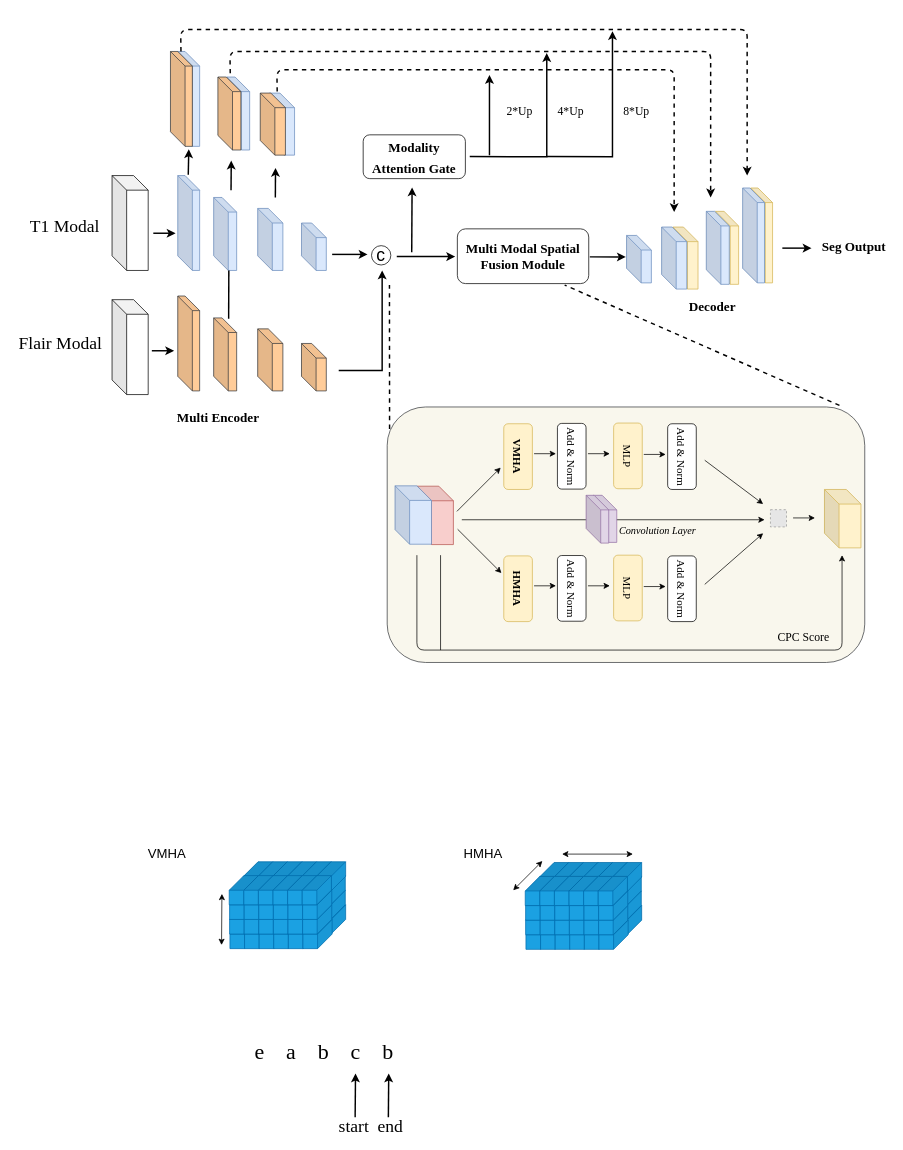
Earlier version of the draw.io diagram image_spatial_transformer.drawio (920232796/test). Source tidied: cells renumbered, new cells numbered last; positions are measured from the earlier drawing's top-left corner, leaving out a move shared by most shapes. Both pictures are drawn from the tidied source at 73%, with x=0, y=0 at pixel (12, 29). Pictures stored in the file or linked from it are replaced by grey dashed boxes.
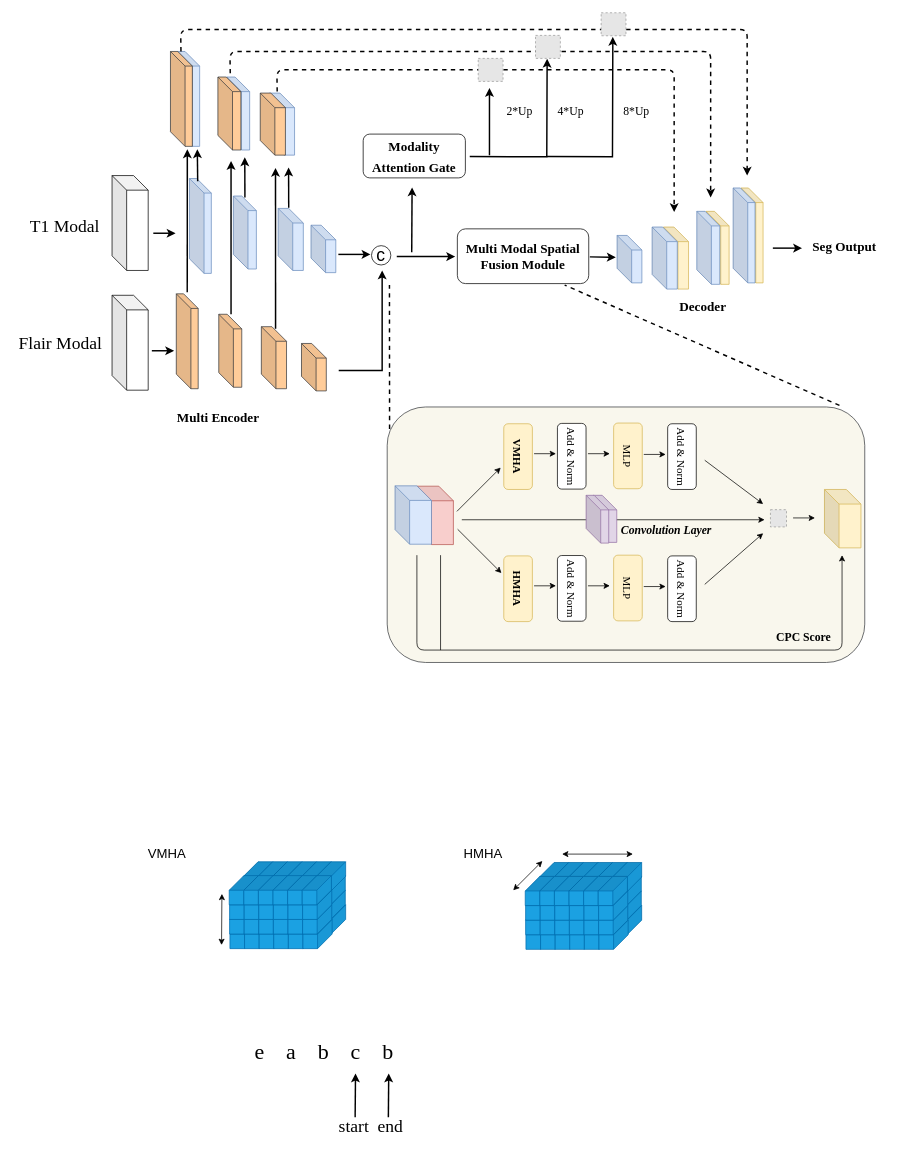
The same diagram, later.

What changed in the source:
```diff
@@
+    <mxCell id="179" style="endArrow=classic;html=1;rounded=0;fontSize=18;strokeWidth=2;" parent="1" edge="1">
+      <mxGeometry relative="1" as="geometry">
+        <mxPoint x="360" y="410" as="sourcePoint" />
+        <mxPoint x="359.9" y="189.5" as="targetPoint" />
+      </mxGeometry>
+    </mxCell>
+    <mxCell id="178" style="endArrow=classic;html=1;rounded=0;fontSize=18;strokeWidth=2;" parent="1" edge="1">
+      <mxGeometry relative="1" as="geometry">
+        <mxPoint x="299" y="390" as="sourcePoint" />
+        <mxPoint x="299" y="180" as="targetPoint" />
+      </mxGeometry>
+    </mxCell>
+    <mxCell id="164" style="endArrow=classic;html=1;rounded=0;fontSize=18;strokeWidth=2;" parent="1" edge="1">
+      <mxGeometry relative="1" as="geometry">
+        <mxPoint x="239" y="360" as="sourcePoint" />
+        <mxPoint x="239.1" y="164" as="targetPoint" />
+      </mxGeometry>
+    </mxCell>
@@
-    <mxCell id="37" value="&lt;font style=&quot;font-size: 14px;&quot; face=&quot;Times New Roman&quot;&gt;&lt;i style=&quot;font-size: 14px;&quot;&gt;Convolution Layer&lt;/i&gt;&lt;/font&gt;" style="text;html=1;align=center;verticalAlign=middle;fontSize=14;" parent="1" vertex="1">
-      <mxGeometry x="822.9" y="676.3" width="120" height="20" as="geometry" />
+    <mxCell id="37" value="&lt;font style=&quot;font-size: 16px;&quot; face=&quot;Times New Roman&quot;&gt;&lt;i style=&quot;font-size: 16px;&quot;&gt;&lt;b style=&quot;font-size: 16px;&quot;&gt;Convolution Layer&lt;/b&gt;&lt;/i&gt;&lt;/font&gt;" style="text;html=1;align=center;verticalAlign=middle;fontSize=16;" parent="1" vertex="1">
+      <mxGeometry x="824.9" y="671.3" width="140" height="30" as="geometry" />
     </mxCell>
@@
     <mxCell id="123" style="shape=cube;whiteSpace=wrap;html=1;boundedLbl=1;backgroundOutline=1;darkOpacity=0.05;darkOpacity2=0.1;fontSize=18;fillColor=#dae8fc;strokeColor=#6c8ebf;" parent="1" vertex="1">
-      <mxGeometry x="226" y="200" width="30" height="130" as="geometry" />
+      <mxGeometry x="242" y="204" width="30" height="130" as="geometry" />
     </mxCell>
     <mxCell id="124" style="shape=cube;whiteSpace=wrap;html=1;boundedLbl=1;backgroundOutline=1;darkOpacity=0.05;darkOpacity2=0.1;fontSize=18;fillColor=#dae8fc;strokeColor=#6c8ebf;" parent="1" vertex="1">
-      <mxGeometry x="275.2" y="230" width="31.5" height="100" as="geometry" />
+      <mxGeometry x="302.2" y="228" width="31.5" height="100" as="geometry" />
     </mxCell>
     <mxCell id="125" style="shape=cube;whiteSpace=wrap;html=1;boundedLbl=1;backgroundOutline=1;darkOpacity=0.05;darkOpacity2=0.1;fontSize=18;fillColor=#dae8fc;strokeColor=#6c8ebf;" parent="1" vertex="1">
-      <mxGeometry x="335.5" y="245" width="34.5" height="85" as="geometry" />
+      <mxGeometry x="363.5" y="245" width="34.5" height="85" as="geometry" />
     </mxCell>
     <mxCell id="126" style="shape=cube;whiteSpace=wrap;html=1;boundedLbl=1;backgroundOutline=1;darkOpacity=0.05;darkOpacity2=0.1;fontSize=18;fillColor=#dae8fc;strokeColor=#6c8ebf;" parent="1" vertex="1">
-      <mxGeometry x="395.5" y="265" width="34" height="65" as="geometry" />
+      <mxGeometry x="408.5" y="268" width="34" height="65" as="geometry" />
     </mxCell>
     <mxCell id="127" style="shape=cube;whiteSpace=wrap;html=1;boundedLbl=1;backgroundOutline=1;darkOpacity=0.05;darkOpacity2=0.1;fontSize=18;fillColor=#ffcc99;strokeColor=#36393d;" parent="1" vertex="1">
-      <mxGeometry x="226" y="365" width="30" height="130" as="geometry" />
+      <mxGeometry x="224" y="362" width="30" height="130" as="geometry" />
     </mxCell>
     <mxCell id="128" style="shape=cube;whiteSpace=wrap;html=1;boundedLbl=1;backgroundOutline=1;darkOpacity=0.05;darkOpacity2=0.1;fontSize=18;fillColor=#ffcc99;strokeColor=#36393d;" parent="1" vertex="1">
-      <mxGeometry x="275.2" y="395" width="31.5" height="100" as="geometry" />
+      <mxGeometry x="282.2" y="390" width="31.5" height="100" as="geometry" />
     </mxCell>
     <mxCell id="129" style="shape=cube;whiteSpace=wrap;html=1;boundedLbl=1;backgroundOutline=1;darkOpacity=0.05;darkOpacity2=0.1;fontSize=18;fillColor=#ffcc99;strokeColor=#36393d;" parent="1" vertex="1">
-      <mxGeometry x="335.5" y="410" width="34.5" height="85" as="geometry" />
+      <mxGeometry x="340.5" y="407" width="34.5" height="85" as="geometry" />
     </mxCell>
@@
     <mxCell id="134" style="shape=cube;whiteSpace=wrap;html=1;boundedLbl=1;backgroundOutline=1;darkOpacity=0.05;darkOpacity2=0.1;fontSize=18;fillColor=#fff2cc;strokeColor=#d6b656;direction=east;" parent="1" vertex="1">
-      <mxGeometry x="1010.8" y="217" width="30" height="130" as="geometry" />
+      <mxGeometry x="997.8" y="217" width="30" height="130" as="geometry" />
     </mxCell>
     <mxCell id="135" style="shape=cube;whiteSpace=wrap;html=1;boundedLbl=1;backgroundOutline=1;darkOpacity=0.05;darkOpacity2=0.1;fontSize=18;fillColor=#fff2cc;strokeColor=#d6b656;direction=east;" parent="1" vertex="1">
-      <mxGeometry x="962.8" y="249" width="31.5" height="100" as="geometry" />
+      <mxGeometry x="949.8" y="249" width="31.5" height="100" as="geometry" />
     </mxCell>
     <mxCell id="136" style="shape=cube;whiteSpace=wrap;html=1;boundedLbl=1;backgroundOutline=1;darkOpacity=0.05;darkOpacity2=0.1;fontSize=18;fillColor=#fff2cc;strokeColor=#d6b656;direction=east;" parent="1" vertex="1">
-      <mxGeometry x="904.2" y="270.5" width="34.5" height="85" as="geometry" />
+      <mxGeometry x="891.2" y="270.5" width="34.5" height="85" as="geometry" />
     </mxCell>
     <mxCell id="137" style="shape=cube;whiteSpace=wrap;html=1;boundedLbl=1;backgroundOutline=1;darkOpacity=0.05;darkOpacity2=0.1;fontSize=18;fillColor=#dae8fc;strokeColor=#6c8ebf;direction=east;" parent="1" vertex="1">
-      <mxGeometry x="840.8" y="282" width="34" height="65" as="geometry" />
+      <mxGeometry x="827.8" y="282" width="34" height="65" as="geometry" />
     </mxCell>
     <mxCell id="138" value="&lt;b&gt;&lt;font face=&quot;Times New Roman&quot;&gt;Decoder&lt;/font&gt;&lt;/b&gt;" style="text;html=1;align=center;verticalAlign=middle;strokeColor=none;fillColor=none;fontSize=18;" parent="1" vertex="1">
-      <mxGeometry x="917.8" y="365" width="80" height="30" as="geometry" />
+      <mxGeometry x="904.8" y="365" width="80" height="30" as="geometry" />
     </mxCell>
@@
     <mxCell id="150" style="endArrow=classic;html=1;rounded=0;fontSize=18;strokeWidth=2;" parent="1" edge="1">
       <mxGeometry relative="1" as="geometry">
-        <mxPoint x="1054.2" y="299.4" as="sourcePoint" />
-        <mxPoint x="1094.2" y="299.4" as="targetPoint" />
+        <mxPoint x="1041.2" y="299.4" as="sourcePoint" />
+        <mxPoint x="1081.2" y="299.4" as="targetPoint" />
       </mxGeometry>
     </mxCell>
     <mxCell id="151" value="&lt;font style=&quot;font-size: 18px&quot;&gt;&lt;b&gt;Seg Output&lt;/b&gt;&lt;/font&gt;" style="text;html=1;align=center;verticalAlign=middle;strokeColor=none;fillColor=none;fontSize=14;fontFamily=Times New Roman;fontColor=#000000;strokeWidth=5;" parent="1" vertex="1">
-      <mxGeometry x="1102.2" y="287.5" width="100" height="20" as="geometry" />
+      <mxGeometry x="1089.2" y="287.5" width="100" height="20" as="geometry" />
     </mxCell>
@@
-    <mxCell id="160" value="&lt;font style=&quot;font-size: 16px&quot;&gt;CPC Score&lt;/font&gt;" style="text;html=1;align=center;verticalAlign=middle;strokeColor=none;fillColor=none;fontSize=24;fontFamily=Times New Roman;fontColor=#000000;" parent="1" vertex="1">
+    <mxCell id="160" value="&lt;font style=&quot;font-size: 16px&quot;&gt;&lt;b&gt;CPC Score&lt;/b&gt;&lt;/font&gt;" style="text;html=1;align=center;verticalAlign=middle;strokeColor=none;fillColor=none;fontSize=24;fontFamily=Times New Roman;fontColor=#000000;" parent="1" vertex="1">
       <mxGeometry x="1037.9" y="810" width="90" height="40" as="geometry" />
     </mxCell>
     <mxCell id="161" style="shape=cube;whiteSpace=wrap;html=1;boundedLbl=1;backgroundOutline=1;darkOpacity=0.05;darkOpacity2=0.1;fontSize=18;" parent="1" vertex="1">
-      <mxGeometry x="136" y="370" width="49.5" height="130" as="geometry" />
+      <mxGeometry x="136" y="364" width="49.5" height="130" as="geometry" />
     </mxCell>
@@
-    <mxCell id="164" style="endArrow=classic;html=1;rounded=0;fontSize=18;strokeWidth=2;" parent="1" edge="1">
-      <mxGeometry relative="1" as="geometry">
-        <mxPoint x="240.4" y="199" as="sourcePoint" />
-        <mxPoint x="241.1" y="164" as="targetPoint" />
-      </mxGeometry>
-    </mxCell>
-    <mxCell id="165" style="endArrow=none;html=1;rounded=0;fontSize=18;strokeWidth=2;endFill=0;exitX=0.651;exitY=0.011;exitDx=0;exitDy=0;exitPerimeter=0;entryX=0.659;entryY=1;entryDx=0;entryDy=0;entryPerimeter=0;" parent="1" edge="1" source="128" target="124">
-      <mxGeometry relative="1" as="geometry" />
-    </mxCell>
@@
     <mxCell id="170" style="endArrow=classic;html=1;rounded=0;fontSize=18;strokeWidth=2;" parent="1" edge="1">
       <mxGeometry relative="1" as="geometry">
-        <mxPoint x="437.5" y="308" as="sourcePoint" />
-        <mxPoint x="486" y="308" as="targetPoint" />
+        <mxPoint x="446" y="308" as="sourcePoint" />
+        <mxPoint x="490" y="308" as="targetPoint" />
       </mxGeometry>
     </mxCell>
     <mxCell id="171" style="endArrow=classic;html=1;rounded=0;fontSize=18;strokeWidth=2;" parent="1" edge="1">
       <mxGeometry relative="1" as="geometry">
         <mxPoint x="790.5" y="311.4" as="sourcePoint" />
-        <mxPoint x="839.8" y="311.5" as="targetPoint" />
+        <mxPoint x="826" y="312" as="targetPoint" />
       </mxGeometry>
     </mxCell>
@@
     <mxCell id="175" style="shape=cube;whiteSpace=wrap;html=1;boundedLbl=1;backgroundOutline=1;darkOpacity=0.05;darkOpacity2=0.1;fontSize=18;fillColor=#dae8fc;strokeColor=#6c8ebf;direction=east;" parent="1" vertex="1">
-      <mxGeometry x="888.8" y="270.5" width="34.5" height="85" as="geometry" />
+      <mxGeometry x="875.8" y="270.5" width="34.5" height="85" as="geometry" />
     </mxCell>
     <mxCell id="176" style="shape=cube;whiteSpace=wrap;html=1;boundedLbl=1;backgroundOutline=1;darkOpacity=0.05;darkOpacity2=0.1;fontSize=18;fillColor=#dae8fc;strokeColor=#6c8ebf;direction=east;" parent="1" vertex="1">
-      <mxGeometry x="950" y="249" width="31.5" height="100" as="geometry" />
+      <mxGeometry x="937" y="249" width="31.5" height="100" as="geometry" />
     </mxCell>
     <mxCell id="177" style="shape=cube;whiteSpace=wrap;html=1;boundedLbl=1;backgroundOutline=1;darkOpacity=0.05;darkOpacity2=0.1;fontSize=18;fillColor=#dae8fc;strokeColor=#6c8ebf;direction=east;" parent="1" vertex="1">
-      <mxGeometry x="999.8" y="217" width="30" height="130" as="geometry" />
+      <mxGeometry x="986.8" y="217" width="30" height="130" as="geometry" />
     </mxCell>
-    <mxCell id="178" style="endArrow=classic;html=1;rounded=0;fontSize=18;strokeWidth=2;" parent="1" edge="1">
-      <mxGeometry relative="1" as="geometry">
-        <mxPoint x="299" y="220" as="sourcePoint" />
-        <mxPoint x="299.3" y="179.5" as="targetPoint" />
-      </mxGeometry>
-    </mxCell>
-    <mxCell id="179" style="endArrow=classic;html=1;rounded=0;fontSize=18;strokeWidth=2;" parent="1" edge="1">
-      <mxGeometry relative="1" as="geometry">
-        <mxPoint x="359.7" y="230" as="sourcePoint" />
-        <mxPoint x="359.9" y="189.5" as="targetPoint" />
-      </mxGeometry>
-    </mxCell>
@@
     <mxCell id="182" style="endArrow=classic;html=1;rounded=0;fontSize=18;strokeWidth=2;" parent="1" edge="1">
       <mxGeometry relative="1" as="geometry">
         <mxPoint x="626" y="174" as="sourcePoint" />
-        <mxPoint x="731.5" y="32.2" as="targetPoint" />
+        <mxPoint x="732" y="40" as="targetPoint" />
         <Array as="points">
           <mxPoint x="731.5" y="174.2" />
         </Array>
       </mxGeometry>
     </mxCell>
@@
     <mxCell id="184" style="endArrow=classic;html=1;rounded=0;fontSize=18;strokeWidth=2;" parent="1" edge="1">
       <mxGeometry relative="1" as="geometry">
         <mxPoint x="731.5" y="174" as="sourcePoint" />
-        <mxPoint x="821.5" y="2.2" as="targetPoint" />
+        <mxPoint x="822" y="10" as="targetPoint" />
         <Array as="points">
           <mxPoint x="821.5" y="174.2" />
         </Array>
       </mxGeometry>
     </mxCell>
@@
     <mxCell id="191" value="&lt;span style=&quot;font-family: &amp;#34;times new roman&amp;#34; ; font-size: 18px&quot;&gt;&lt;b&gt;Modality Attention Gate&lt;/b&gt;&lt;/span&gt;" style="rounded=1;whiteSpace=wrap;html=1;fontSize=24;" parent="1" vertex="1">
-      <mxGeometry x="480" y="144.2" width="140" height="60" as="geometry" />
+      <mxGeometry x="480" y="143.2" width="140" height="60" as="geometry" />
     </mxCell>
     <mxCell id="192" style="endArrow=classic;html=1;rounded=0;fontSize=18;strokeWidth=2;" parent="1" edge="1">
       <mxGeometry relative="1" as="geometry">
         <mxPoint x="653" y="172.2" as="sourcePoint" />
-        <mxPoint x="653" y="62.2" as="targetPoint" />
+        <mxPoint x="653" y="80" as="targetPoint" />
       </mxGeometry>
     </mxCell>
+    <mxCell id="193" style="endArrow=classic;html=1;rounded=0;fontSize=18;strokeWidth=2;" parent="1" edge="1">
+      <mxGeometry relative="1" as="geometry">
+        <mxPoint x="253.3" y="207.8" as="sourcePoint" />
+        <mxPoint x="252.8" y="164" as="targetPoint" />
+      </mxGeometry>
+    </mxCell>
+    <mxCell id="194" style="endArrow=classic;html=1;rounded=0;fontSize=18;strokeWidth=2;" parent="1" edge="1">
+      <mxGeometry relative="1" as="geometry">
+        <mxPoint x="318" y="230" as="sourcePoint" />
+        <mxPoint x="317.8" y="175" as="targetPoint" />
+      </mxGeometry>
+    </mxCell>
+    <mxCell id="195" style="endArrow=classic;html=1;rounded=0;fontSize=18;strokeWidth=2;" parent="1" edge="1">
+      <mxGeometry relative="1" as="geometry">
+        <mxPoint x="378" y="244" as="sourcePoint" />
+        <mxPoint x="377.8" y="189" as="targetPoint" />
+      </mxGeometry>
+    </mxCell>
+    <mxCell id="196" style="fillColor=#E6E6E6;strokeColor=#999999;dashed=1;verticalLabelPosition=bottom;labelBackgroundColor=#ffffff;verticalAlign=top;" parent="1" vertex="1">
+      <mxGeometry x="637.6" y="39.5" width="34" height="31.5" as="geometry" />
+    </mxCell>
+    <mxCell id="197" style="fillColor=#E6E6E6;strokeColor=#999999;dashed=1;verticalLabelPosition=bottom;labelBackgroundColor=#ffffff;verticalAlign=top;" parent="1" vertex="1">
+      <mxGeometry x="716.1" y="8" width="34" height="31.5" as="geometry" />
+    </mxCell>
+    <mxCell id="198" style="fillColor=#E6E6E6;strokeColor=#999999;dashed=1;verticalLabelPosition=bottom;labelBackgroundColor=#ffffff;verticalAlign=top;" parent="1" vertex="1">
+      <mxGeometry x="806" y="-23" width="34" height="31.5" as="geometry" />
+    </mxCell>
```
